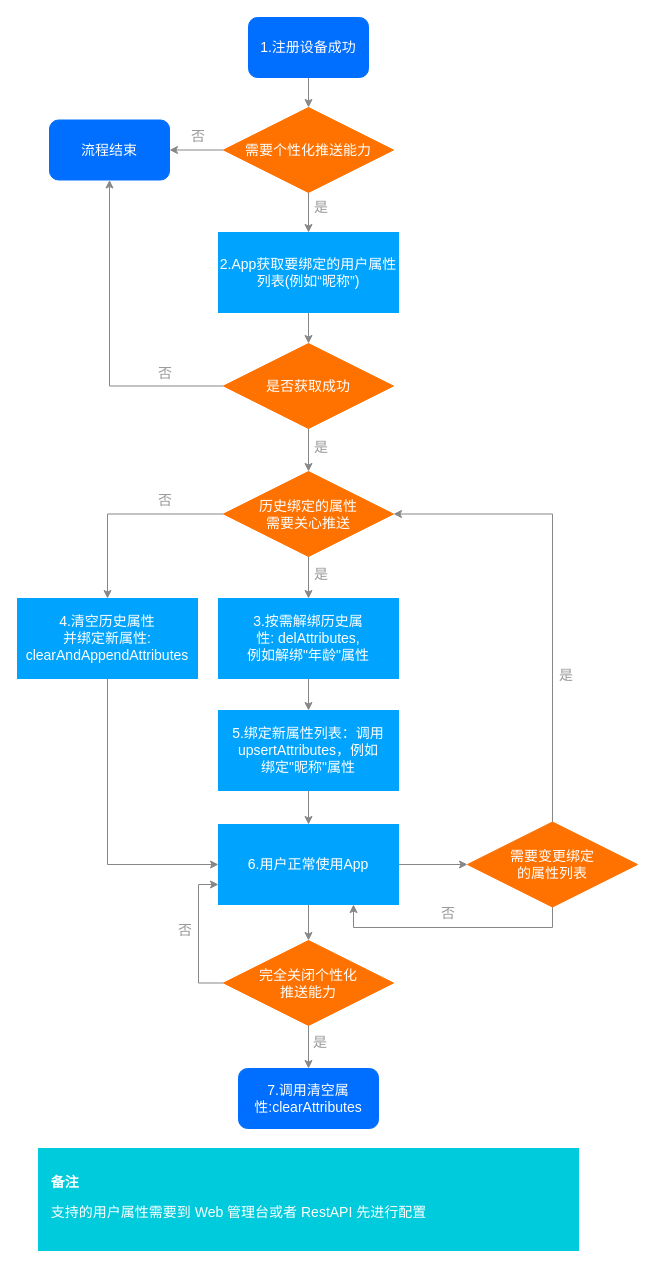
Before: attribute.drawio in muyanbiao/tpnsFlowChart, a draw.io diagram. Source tidied: cells renumbered, new cells numbered last; positions are measured from the earlier drawing's top-left corner, leaving out a move shared by most shapes. Both pictures are drawn from the tidied source at 100%, with x=0, y=0 at pixel (17, 17).
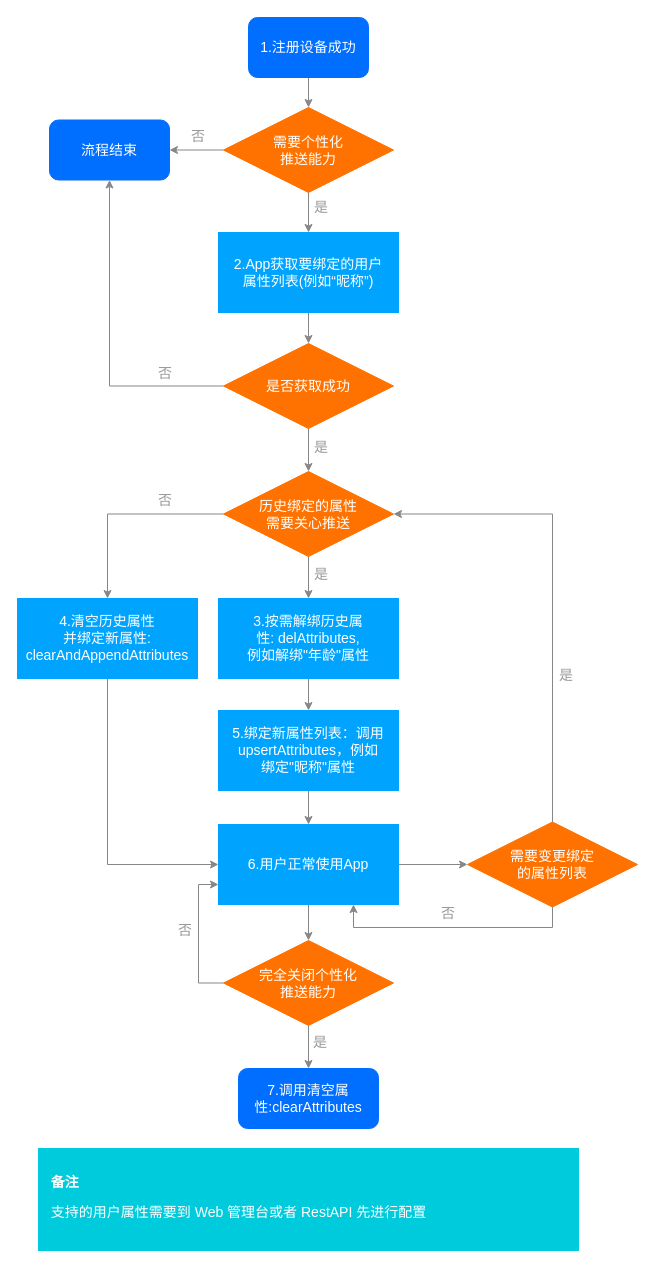
The same diagram, later.

Change to the diagram source:
```diff
@@
-    <mxCell id="7" value="需要个性化推送能力" style="rhombus;whiteSpace=wrap;html=1;fillColor=#FF7200;strokeColor=#FF7200;fontColor=#FFFFFF;fontSize=14;" parent="1" vertex="1">
+    <mxCell id="7" value="需要个性化&lt;br&gt;推送能力" style="rhombus;whiteSpace=wrap;html=1;fillColor=#FF7200;strokeColor=#FF7200;fontColor=#FFFFFF;fontSize=14;" parent="1" vertex="1">
       <mxGeometry x="206" y="90" width="170" height="85" as="geometry" />
     </mxCell>
@@
-    <mxCell id="11" value="&lt;font face=&quot;helvetica&quot; style=&quot;font-size: 14px;&quot;&gt;2.App获取要绑定的用户属性列表(例如“昵称”)&lt;/font&gt;" style="rounded=0;whiteSpace=wrap;html=1;fillColor=#00A4FF;strokeColor=#00A4FF;fontColor=#FFFFFF;fontSize=14;" parent="1" vertex="1">
+    <mxCell id="11" value="&lt;font face=&quot;helvetica&quot; style=&quot;font-size: 14px&quot;&gt;2.App获取要绑定的用户&lt;br&gt;属性列表(例如“昵称”)&lt;/font&gt;" style="rounded=0;whiteSpace=wrap;html=1;fillColor=#00A4FF;strokeColor=#00A4FF;fontColor=#FFFFFF;fontSize=14;" parent="1" vertex="1">
       <mxGeometry x="201" y="215" width="180" height="80" as="geometry" />
     </mxCell>
```
